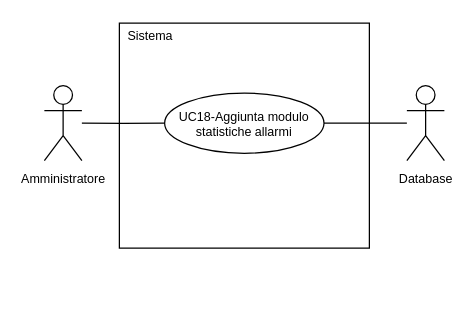
The draw.io diagram 2-RTB/Documenti_esterni/Analisi_dei_requisiti/draw.io/UC18.drawio in SnakeByteTeam/snakebyteteam.github.io, before the edit. Source tidied: cells renumbered, new cells numbered last; positions are measured from the earlier drawing's top-left corner, leaving out a move shared by most shapes. Both pictures are drawn from the tidied source at 125%, with x=0, y=0 at pixel (44, 22).
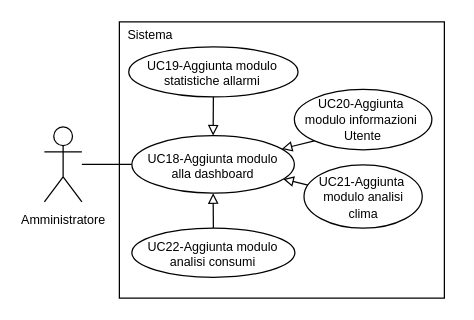
Above is the later version.

Change to the diagram source:
```diff
@@
 <mxGraphModel>
   <root>
     <mxCell id="0" />
     <mxCell id="1" parent="0" />
     <mxCell id="2" value="&lt;font style=&quot;font-size: 10px; line-height: 100%;&quot;&gt;Amministratore&lt;/font&gt;" style="shape=umlActor;verticalLabelPosition=bottom;verticalAlign=top;html=1;outlineConnect=0;" parent="1" vertex="1">
-      <mxGeometry y="50" width="30" height="60" as="geometry" />
+      <mxGeometry y="83" width="30" height="60" as="geometry" />
     </mxCell>
     <mxCell id="3" style="rounded=0;whiteSpace=wrap;html=1;" parent="1" vertex="1">
-      <mxGeometry x="60" width="200" height="180" as="geometry" />
+      <mxGeometry x="60" y="-1" width="260" height="221" as="geometry" />
     </mxCell>
     <mxCell id="4" style="edgeStyle=orthogonalEdgeStyle;rounded=0;jettySize=auto;html=1;exitX=0;exitY=0.5;exitDx=0;exitDy=0;endArrow=none;endFill=0;" parent="1" edge="1" source="5" target="2">
       <mxGeometry relative="1" as="geometry" />
     </mxCell>
-    <mxCell id="5" value="&lt;div style=&quot;line-height: 100%;&quot;&gt;&lt;font style=&quot;line-height: 100%; font-size: 10px;&quot;&gt;UC18-Aggiunta modulo&lt;br&gt;&lt;/font&gt;&lt;/div&gt;&lt;div style=&quot;line-height: 100%;&quot;&gt;&lt;font style=&quot;line-height: 100%; font-size: 10px;&quot;&gt;statistiche allarmi&lt;/font&gt;&lt;/div&gt;" style="ellipse;whiteSpace=wrap;html=1;" parent="1" vertex="1">
-      <mxGeometry x="96.2" y="56" width="127.5" height="48.1" as="geometry" />
+    <mxCell id="5" value="&lt;div style=&quot;line-height: 100%;&quot;&gt;&lt;font style=&quot;line-height: 100%; font-size: 10px;&quot;&gt;UC18-Aggiunta modulo&lt;/font&gt;&lt;/div&gt;&lt;div style=&quot;line-height: 100%;&quot;&gt;&lt;font style=&quot;line-height: 100%; font-size: 10px;&quot;&gt;alla dashboard&lt;/font&gt;&lt;/div&gt;" style="ellipse;whiteSpace=wrap;html=1;" parent="1" vertex="1">
+      <mxGeometry x="70" y="90" width="130" height="46" as="geometry" />
     </mxCell>
     <mxCell id="6" value="&lt;font style=&quot;font-size: 10px;&quot;&gt;Sistema&lt;/font&gt;" style="text;html=1;whiteSpace=wrap;strokeColor=none;fillColor=none;align=center;verticalAlign=middle;rounded=0;" parent="1" vertex="1">
-      <mxGeometry x="60" width="50" height="20" as="geometry" />
+      <mxGeometry x="60" y="-1" width="50" height="20" as="geometry" />
     </mxCell>
-    <mxCell id="7" style="rounded=0;jettySize=auto;html=1;endArrow=none;endFill=0;" parent="1" edge="1" source="8" target="5">
-      <mxGeometry relative="1" as="geometry" />
-    </mxCell>
-    <mxCell id="8" value="&lt;font style=&quot;font-size: 10px; line-height: 100%;&quot;&gt;Database&lt;/font&gt;" style="shape=umlActor;verticalLabelPosition=bottom;verticalAlign=top;html=1;outlineConnect=0;" parent="1" vertex="1">
-      <mxGeometry x="290" y="50" width="30" height="60" as="geometry" />
-    </mxCell>
+    <mxCell id="9" value="&lt;div style=&quot;line-height: 100%;&quot;&gt;&lt;font style=&quot;line-height: 100%; font-size: 10px;&quot;&gt;UC19-Aggiunta modulo&lt;/font&gt;&lt;/div&gt;&lt;div style=&quot;line-height: 100%;&quot;&gt;&lt;font style=&quot;line-height: 100%; font-size: 10px;&quot;&gt;statistiche allarmi&lt;/font&gt;&lt;/div&gt;" style="ellipse;whiteSpace=wrap;html=1;" parent="1" vertex="1">
+      <mxGeometry x="67.5" y="19" width="135.4" height="40" as="geometry" />
+    </mxCell>
+    <mxCell id="10" value="&lt;div style=&quot;line-height: 100%;&quot;&gt;&lt;span style=&quot;font-size: 10px;&quot;&gt;UC20-Aggiunta&amp;nbsp;&lt;/span&gt;&lt;/div&gt;&lt;div style=&quot;line-height: 100%;&quot;&gt;&lt;span style=&quot;font-size: 10px;&quot;&gt;modulo informazioni&amp;nbsp;&lt;/span&gt;&lt;/div&gt;&lt;div style=&quot;line-height: 100%;&quot;&gt;&lt;span style=&quot;font-size: 10px;&quot;&gt;Utente&lt;/span&gt;&lt;/div&gt;" style="ellipse;whiteSpace=wrap;html=1;" parent="1" vertex="1">
+      <mxGeometry x="200" y="53" width="110" height="48.3" as="geometry" />
+    </mxCell>
+    <mxCell id="11" style="endArrow=block;endFill=0;endSize=6;html=1;rounded=0;exitX=0.5;exitY=1;exitDx=0;exitDy=0;entryX=0.5;entryY=0;entryDx=0;entryDy=0;" parent="1" edge="1" source="9" target="5">
+      <mxGeometry relative="1" as="geometry" />
+    </mxCell>
+    <mxCell id="12" style="endArrow=block;endFill=0;endSize=6;html=1;rounded=0;exitX=0;exitY=1;exitDx=0;exitDy=0;" parent="1" edge="1" source="10" target="5">
+      <mxGeometry relative="1" as="geometry" />
+    </mxCell>
+    <mxCell id="13" style="rounded=0;jettySize=auto;html=1;endArrow=block;endFill=0;endSize=6;" parent="1" edge="1" source="14" target="5">
+      <mxGeometry relative="1" as="geometry" />
+    </mxCell>
+    <mxCell id="14" value="&lt;div style=&quot;line-height: 100%;&quot;&gt;&lt;font style=&quot;line-height: 100%; font-size: 10px;&quot;&gt;UC21-Aggiunta&amp;nbsp;&lt;/font&gt;&lt;/div&gt;&lt;div style=&quot;line-height: 100%;&quot;&gt;&lt;font style=&quot;line-height: 100%; font-size: 10px;&quot;&gt;modulo&amp;nbsp;&lt;/font&gt;&lt;span style=&quot;font-size: 10px; background-color: transparent; color: light-dark(rgb(0, 0, 0), rgb(255, 255, 255));&quot;&gt;analisi&lt;/span&gt;&lt;/div&gt;&lt;div style=&quot;line-height: 100%;&quot;&gt;&lt;span style=&quot;font-size: 10px; background-color: transparent; color: light-dark(rgb(0, 0, 0), rgb(255, 255, 255));&quot;&gt;clima&lt;/span&gt;&lt;/div&gt;" style="ellipse;whiteSpace=wrap;html=1;" parent="1" vertex="1">
+      <mxGeometry x="207.7" y="113.3" width="94.6" height="50.7" as="geometry" />
+    </mxCell>
+    <mxCell id="15" style="rounded=0;jettySize=auto;html=1;endArrow=block;endFill=0;endSize=6;" parent="1" edge="1" source="16" target="5">
+      <mxGeometry relative="1" as="geometry" />
+    </mxCell>
+    <mxCell id="16" value="&lt;div style=&quot;line-height: 100%;&quot;&gt;&lt;font style=&quot;line-height: 100%; font-size: 10px;&quot;&gt;UC22-Aggiunta modulo&lt;/font&gt;&lt;/div&gt;&lt;div style=&quot;line-height: 100%;&quot;&gt;&lt;font style=&quot;line-height: 100%; font-size: 10px;&quot;&gt;analisi consumi&lt;/font&gt;&lt;/div&gt;" style="ellipse;whiteSpace=wrap;html=1;" parent="1" vertex="1">
+      <mxGeometry x="70" y="164" width="130.4" height="39.3" as="geometry" />
+    </mxCell>
   </root>
 </mxGraphModel>
```
